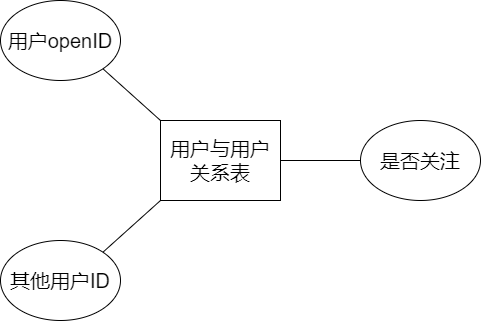
Before: database-er/table.user-author-likes.drawio.png, a diagram exported from draw.io (Jater0/Graduation). Source tidied: cells renumbered, new cells last; positions are measured from the earlier drawing's top-left corner, leaving out a move shared by most shapes. Source of this version:
```xml
<mxGraphModel>
  <root>
    <mxCell id="0" />
    <mxCell id="1" parent="0" />
    <mxCell id="2" value="用户与用户关系表" style="rounded=0;whiteSpace=wrap;html=1;fontSize=20;" parent="1" vertex="1">
      <mxGeometry x="160" y="120" width="120" height="80" as="geometry" />
    </mxCell>
    <mxCell id="3" value="用户openID" style="ellipse;whiteSpace=wrap;html=1;fontSize=20;" parent="1" vertex="1">
      <mxGeometry width="120" height="80" as="geometry" />
    </mxCell>
    <mxCell id="4" value="是否关注" style="ellipse;whiteSpace=wrap;html=1;fontSize=20;" parent="1" vertex="1">
      <mxGeometry x="360" y="120" width="120" height="80" as="geometry" />
    </mxCell>
    <mxCell id="5" value="其他用户ID" style="ellipse;whiteSpace=wrap;html=1;fontSize=20;" parent="1" vertex="1">
      <mxGeometry y="240" width="120" height="80" as="geometry" />
    </mxCell>
    <mxCell id="6" style="endArrow=none;html=1;fontSize=20;entryX=0;entryY=0.5;entryDx=0;entryDy=0;exitX=1;exitY=0.5;exitDx=0;exitDy=0;" parent="1" edge="1" source="2" target="4">
      <mxGeometry relative="1" as="geometry" />
    </mxCell>
    <mxCell id="7" style="endArrow=none;html=1;fontSize=20;entryX=0;entryY=1;entryDx=0;entryDy=0;exitX=1;exitY=0;exitDx=0;exitDy=0;" parent="1" edge="1" source="5" target="2">
      <mxGeometry relative="1" as="geometry" />
    </mxCell>
    <mxCell id="8" style="endArrow=none;html=1;fontSize=20;entryX=1;entryY=1;entryDx=0;entryDy=0;exitX=0;exitY=0;exitDx=0;exitDy=0;" parent="1" edge="1" source="2" target="3">
      <mxGeometry relative="1" as="geometry" />
    </mxCell>
  </root>
</mxGraphModel>
```
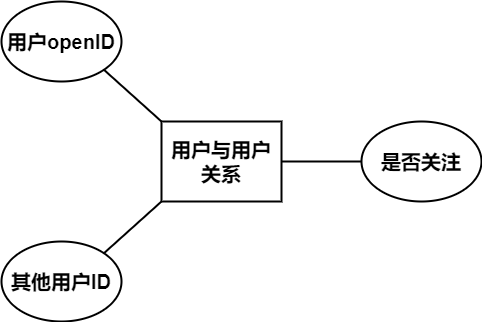
Above is the later version.

The edit, as a diff of the source:
```diff
@@ -2,25 +2,25 @@
   <root>
     <mxCell id="0" />
     <mxCell id="1" parent="0" />
-    <mxCell id="2" value="用户与用户关系表" style="rounded=0;whiteSpace=wrap;html=1;fontSize=20;" parent="1" vertex="1">
+    <mxCell id="2" value="用户与用户关系" style="rounded=0;whiteSpace=wrap;html=1;fontSize=20;fontStyle=1;strokeWidth=2;" parent="1" vertex="1">
       <mxGeometry x="160" y="120" width="120" height="80" as="geometry" />
     </mxCell>
-    <mxCell id="3" value="用户openID" style="ellipse;whiteSpace=wrap;html=1;fontSize=20;" parent="1" vertex="1">
+    <mxCell id="3" value="用户openID" style="ellipse;whiteSpace=wrap;html=1;fontSize=20;fontStyle=1;strokeWidth=2;" parent="1" vertex="1">
       <mxGeometry width="120" height="80" as="geometry" />
     </mxCell>
-    <mxCell id="4" value="是否关注" style="ellipse;whiteSpace=wrap;html=1;fontSize=20;" parent="1" vertex="1">
+    <mxCell id="4" value="是否关注" style="ellipse;whiteSpace=wrap;html=1;fontSize=20;fontStyle=1;strokeWidth=2;" parent="1" vertex="1">
       <mxGeometry x="360" y="120" width="120" height="80" as="geometry" />
     </mxCell>
-    <mxCell id="5" value="其他用户ID" style="ellipse;whiteSpace=wrap;html=1;fontSize=20;" parent="1" vertex="1">
+    <mxCell id="5" value="其他用户ID" style="ellipse;whiteSpace=wrap;html=1;fontSize=20;fontStyle=1;strokeWidth=2;" parent="1" vertex="1">
       <mxGeometry y="240" width="120" height="80" as="geometry" />
     </mxCell>
-    <mxCell id="6" style="endArrow=none;html=1;fontSize=20;entryX=0;entryY=0.5;entryDx=0;entryDy=0;exitX=1;exitY=0.5;exitDx=0;exitDy=0;" parent="1" edge="1" source="2" target="4">
+    <mxCell id="6" style="endArrow=none;html=1;fontSize=20;entryX=0;entryY=0.5;entryDx=0;entryDy=0;exitX=1;exitY=0.5;exitDx=0;exitDy=0;fontStyle=1;strokeWidth=2;" parent="1" edge="1" source="2" target="4">
       <mxGeometry relative="1" as="geometry" />
     </mxCell>
-    <mxCell id="7" style="endArrow=none;html=1;fontSize=20;entryX=0;entryY=1;entryDx=0;entryDy=0;exitX=1;exitY=0;exitDx=0;exitDy=0;" parent="1" edge="1" source="5" target="2">
+    <mxCell id="7" style="endArrow=none;html=1;fontSize=20;entryX=0;entryY=1;entryDx=0;entryDy=0;exitX=1;exitY=0;exitDx=0;exitDy=0;fontStyle=1;strokeWidth=2;" parent="1" edge="1" source="5" target="2">
       <mxGeometry relative="1" as="geometry" />
     </mxCell>
-    <mxCell id="8" style="endArrow=none;html=1;fontSize=20;entryX=1;entryY=1;entryDx=0;entryDy=0;exitX=0;exitY=0;exitDx=0;exitDy=0;" parent="1" edge="1" source="2" target="3">
+    <mxCell id="8" style="endArrow=none;html=1;fontSize=20;entryX=1;entryY=1;entryDx=0;entryDy=0;exitX=0;exitY=0;exitDx=0;exitDy=0;fontStyle=1;strokeWidth=2;" parent="1" edge="1" source="2" target="3">
       <mxGeometry relative="1" as="geometry" />
     </mxCell>
   </root>
```
